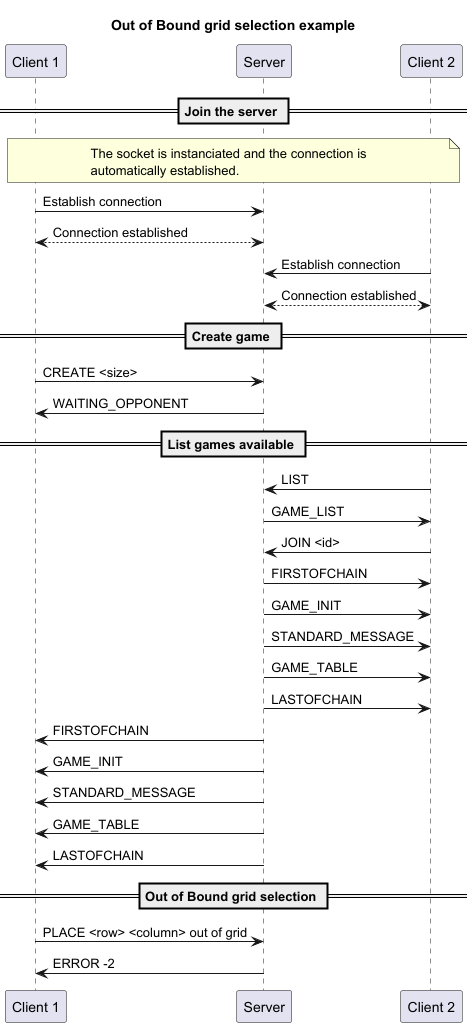
Earlier version of the PlantUML export doc/img/out_of_bound_error_example-Out_of_Bound_grid_selection_example.png (AlexB-HEIG/DAI-Practical-work-2).
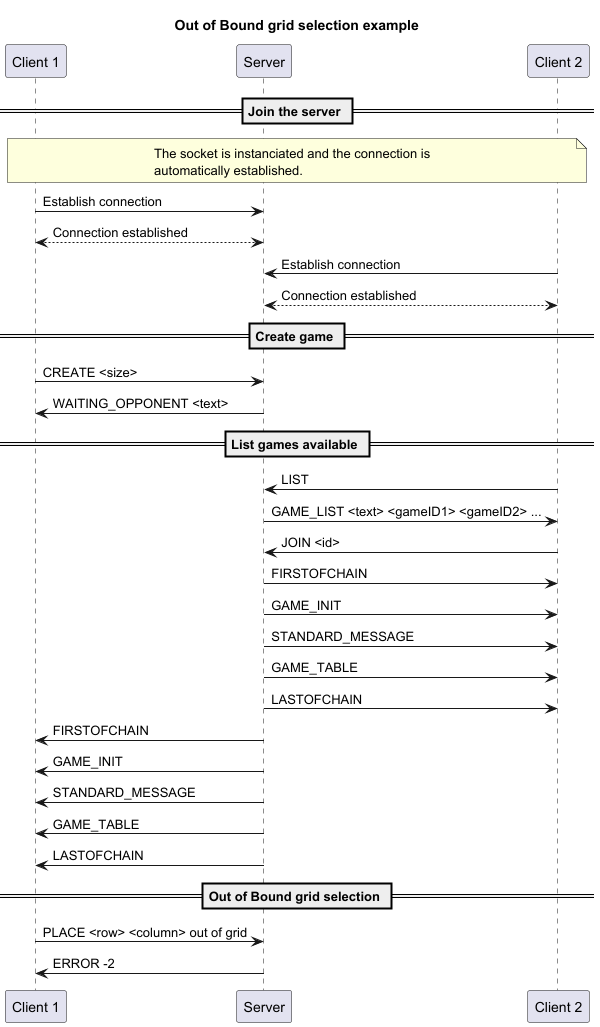
The same diagram one commit later.

Change to the diagram source:
```diff
@@ -23,12 +23,12 @@
 == Create game ==
 
 c1->s: CREATE <size>
-s->c1: WAITING_OPPONENT
+s->c1: WAITING_OPPONENT <text>
 
 == List games available ==
 
 c2->s: LIST
-s->c2: GAME_LIST
+s->c2: GAME_LIST <text> <gameID1> <gameID2> ...
 
 c2->s: JOIN <id>
 
```
